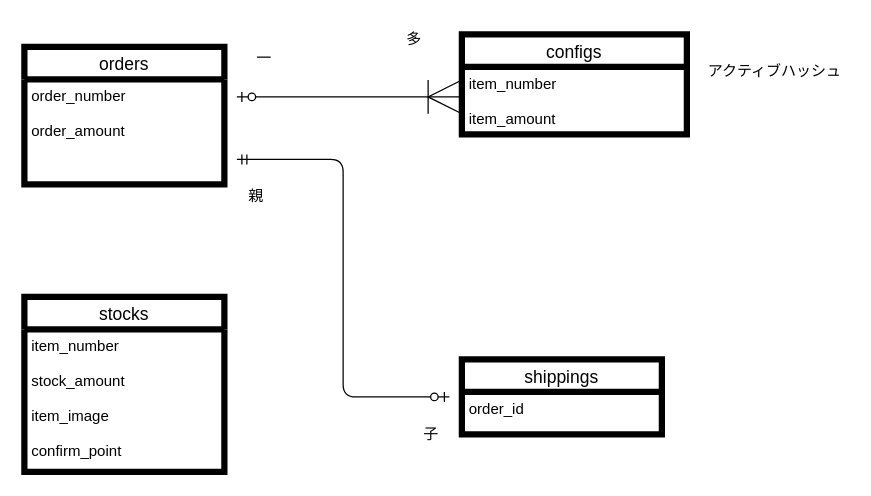
HEROHEROPA/syukka keeps this draw.io diagram as ER.dio. Above is the earlier version. Source tidied: cells renumbered, new cells numbered last; positions are measured from the earlier drawing's top-left corner, leaving out a move shared by most shapes. Both pictures are drawn from the tidied source at 125%, with x=0, y=0 at pixel (24, 21).
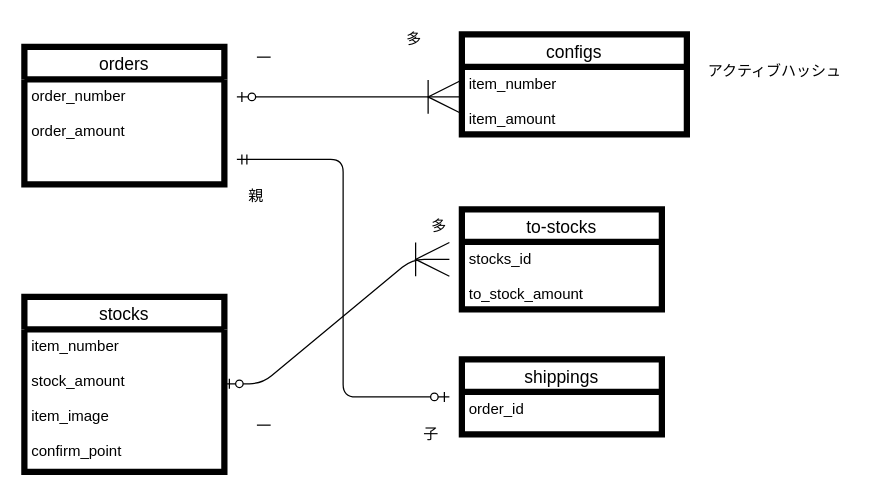
Above is the later version.

Diff of the diagram source:
```diff
@@
+    <mxCell id="17" value="to-stocks" style="swimlane;fontStyle=0;horizontal=1;startSize=26;align=center;fontSize=14;strokeWidth=5;fillColor=default;" parent="1" vertex="1">
+      <mxGeometry x="350" y="150" width="160" height="80" as="geometry" />
+    </mxCell>
+    <mxCell id="18" value="stocks_id&#10;&#10;to_stock_amount" style="text;strokeColor=none;fillColor=none;spacingLeft=4;spacingRight=4;overflow=hidden;fontSize=12;" parent="17" vertex="1">
+      <mxGeometry y="26" width="160" height="54" as="geometry" />
+    </mxCell>
+    <mxCell id="19" style="edgeStyle=entityRelationEdgeStyle;fontSize=12;html=1;endArrow=ERoneToMany;startArrow=ERzeroToOne;endSize=25;strokeColor=default;" parent="1" edge="1">
+      <mxGeometry relative="1" as="geometry">
+        <mxPoint x="160" y="289.5" as="sourcePoint" />
+        <mxPoint x="340" y="190" as="targetPoint" />
+      </mxGeometry>
+    </mxCell>
+    <mxCell id="20" value="一" style="text;strokeColor=none;fillColor=none;spacingLeft=4;spacingRight=4;overflow=hidden;fontSize=12;" parent="1" vertex="1">
+      <mxGeometry x="180" y="310" width="40" height="30" as="geometry" />
+    </mxCell>
+    <mxCell id="21" value="多" style="text;strokeColor=none;fillColor=none;spacingLeft=4;spacingRight=4;overflow=hidden;fontSize=12;" parent="1" vertex="1">
+      <mxGeometry x="320" y="150" width="40" height="30" as="geometry" />
+    </mxCell>
```
